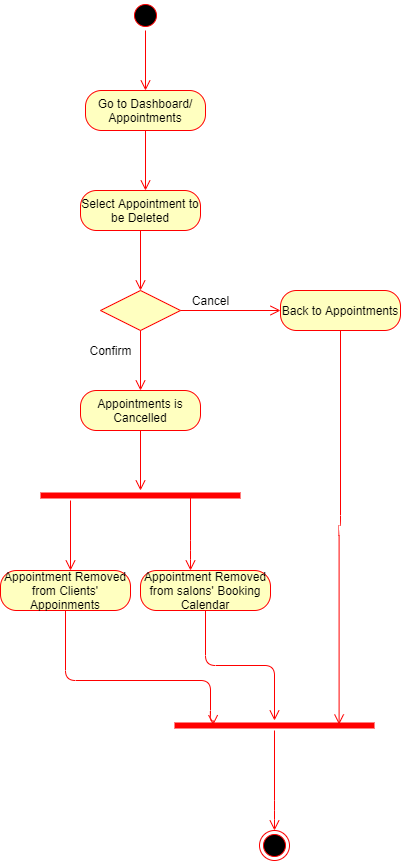
Earlier version of the draw.io export Diagrams/Activity Diagrams FINAL/AC_09_ Delete Appointment.png (kkasharaj17/SE-project). Source tidied: cells renumbered, new cells last; positions are measured from the earlier drawing's top-left corner, leaving out a move shared by most shapes.
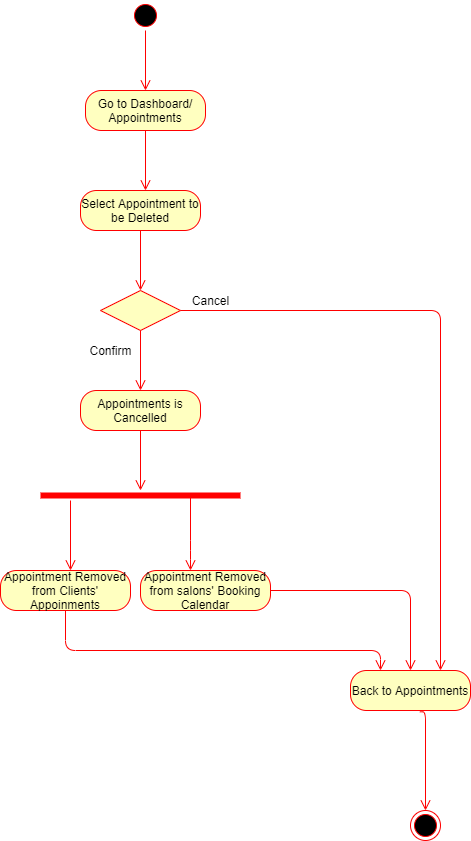
Later version of the same file.

The edit, as a diff of the source:
```diff
@@ -29,10 +29,8 @@
     <mxCell id="8" style="rhombus;whiteSpace=wrap;html=1;fillColor=#ffffc0;strokeColor=#ff0000;" parent="1" vertex="1">
       <mxGeometry x="100" y="290" width="80" height="40" as="geometry" />
     </mxCell>
-    <mxCell id="9" style="edgeStyle=orthogonalEdgeStyle;html=1;align=left;verticalAlign=bottom;endArrow=open;endSize=8;strokeColor=#ff0000;" parent="1" edge="1" source="8">
-      <mxGeometry x="-1" relative="1" as="geometry">
-        <mxPoint x="280" y="310" as="targetPoint" />
-      </mxGeometry>
+    <mxCell id="9" style="edgeStyle=orthogonalEdgeStyle;html=1;align=left;verticalAlign=bottom;endArrow=open;endSize=8;strokeColor=#ff0000;entryX=0.75;entryY=0;entryDx=0;entryDy=0;" parent="1" edge="1" source="8" target="13">
+      <mxGeometry x="-1" relative="1" as="geometry" />
     </mxCell>
     <mxCell id="10" style="edgeStyle=orthogonalEdgeStyle;html=1;align=left;verticalAlign=top;endArrow=open;endSize=8;strokeColor=#ff0000;" parent="1" edge="1" source="8">
       <mxGeometry x="1" y="67" relative="1" as="geometry">
@@ -47,11 +45,8 @@
       <mxGeometry x="80" y="340" width="60" height="20" as="geometry" />
     </mxCell>
     <mxCell id="13" value="Back to Appointments" style="rounded=1;whiteSpace=wrap;html=1;arcSize=40;fontColor=#000000;fillColor=#ffffc0;strokeColor=#ff0000;" parent="1" vertex="1">
-      <mxGeometry x="280" y="290" width="120" height="40" as="geometry" />
+      <mxGeometry x="350" y="670" width="120" height="40" as="geometry" />
     </mxCell>
-    <mxCell id="14" style="edgeStyle=orthogonalEdgeStyle;html=1;verticalAlign=bottom;endArrow=open;endSize=8;strokeColor=#ff0000;entryX=0.823;entryY=0.4;entryDx=0;entryDy=0;entryPerimeter=0;" parent="1" edge="1" source="13" target="25">
-      <mxGeometry relative="1" as="geometry" />
-    </mxCell>
     <mxCell id="15" value="Appointments is Cancelled" style="rounded=1;whiteSpace=wrap;html=1;arcSize=40;fontColor=#000000;fillColor=#ffffc0;strokeColor=#ff0000;" parent="1" vertex="1">
       <mxGeometry x="80" y="390" width="120" height="40" as="geometry" />
     </mxCell>
@@ -86,36 +81,30 @@
     <mxCell id="21" value="Appointment Removed from Clients' Appoinments" style="rounded=1;whiteSpace=wrap;html=1;arcSize=40;fontColor=#000000;fillColor=#ffffc0;strokeColor=#ff0000;" parent="1" vertex="1">
       <mxGeometry y="570" width="130" height="40" as="geometry" />
     </mxCell>
-    <mxCell id="22" style="edgeStyle=orthogonalEdgeStyle;html=1;verticalAlign=bottom;endArrow=open;endSize=8;strokeColor=#ff0000;entryX=0.193;entryY=0.467;entryDx=0;entryDy=0;entryPerimeter=0;" parent="1" edge="1" source="21" target="25">
+    <mxCell id="22" style="edgeStyle=orthogonalEdgeStyle;html=1;verticalAlign=bottom;endArrow=open;endSize=8;strokeColor=#ff0000;entryX=0.25;entryY=0;entryDx=0;entryDy=0;" parent="1" edge="1" source="21" target="13">
       <mxGeometry relative="1" as="geometry">
         <Array as="points">
-          <mxPoint x="65" y="680" />
-          <mxPoint x="210" y="680" />
-          <mxPoint x="210" y="720" />
-          <mxPoint x="213" y="720" />
+          <mxPoint x="65" y="650" />
+          <mxPoint x="380" y="650" />
         </Array>
       </mxGeometry>
     </mxCell>
     <mxCell id="23" value="Appointment Removed from salons' Booking Calendar" style="rounded=1;whiteSpace=wrap;html=1;arcSize=40;fontColor=#000000;fillColor=#ffffc0;strokeColor=#ff0000;" parent="1" vertex="1">
       <mxGeometry x="140" y="570" width="130" height="40" as="geometry" />
     </mxCell>
-    <mxCell id="24" style="edgeStyle=orthogonalEdgeStyle;html=1;verticalAlign=bottom;endArrow=open;endSize=8;strokeColor=#ff0000;" parent="1" edge="1" source="23" target="25">
+    <mxCell id="24" style="edgeStyle=orthogonalEdgeStyle;html=1;verticalAlign=bottom;endArrow=open;endSize=8;strokeColor=#ff0000;entryX=0.5;entryY=0;entryDx=0;entryDy=0;" parent="1" edge="1" source="23" target="13">
       <mxGeometry relative="1" as="geometry" />
     </mxCell>
-    <mxCell id="25" style="shape=line;html=1;strokeWidth=6;strokeColor=#ff0000;" parent="1" vertex="1">
-      <mxGeometry x="174" y="720" width="200" height="10" as="geometry" />
-    </mxCell>
-    <mxCell id="26" style="edgeStyle=orthogonalEdgeStyle;html=1;verticalAlign=bottom;endArrow=open;endSize=8;strokeColor=#ff0000;" parent="1" edge="1" source="25">
+    <mxCell id="26" style="edgeStyle=orthogonalEdgeStyle;html=1;verticalAlign=bottom;endArrow=open;endSize=8;strokeColor=#ff0000;exitX=0.578;exitY=1.033;exitDx=0;exitDy=0;exitPerimeter=0;" parent="1" edge="1" source="13">
       <mxGeometry relative="1" as="geometry">
-        <mxPoint x="274" y="830" as="targetPoint" />
+        <mxPoint x="425" y="810" as="targetPoint" />
         <Array as="points">
-          <mxPoint x="274" y="810" />
-          <mxPoint x="274" y="810" />
+          <mxPoint x="425" y="711" />
         </Array>
       </mxGeometry>
     </mxCell>
     <mxCell id="27" style="ellipse;html=1;shape=endState;fillColor=#000000;strokeColor=#ff0000;" parent="1" vertex="1">
-      <mxGeometry x="259" y="830" width="30" height="30" as="geometry" />
+      <mxGeometry x="410" y="810" width="30" height="30" as="geometry" />
     </mxCell>
   </root>
 </mxGraphModel>
```
